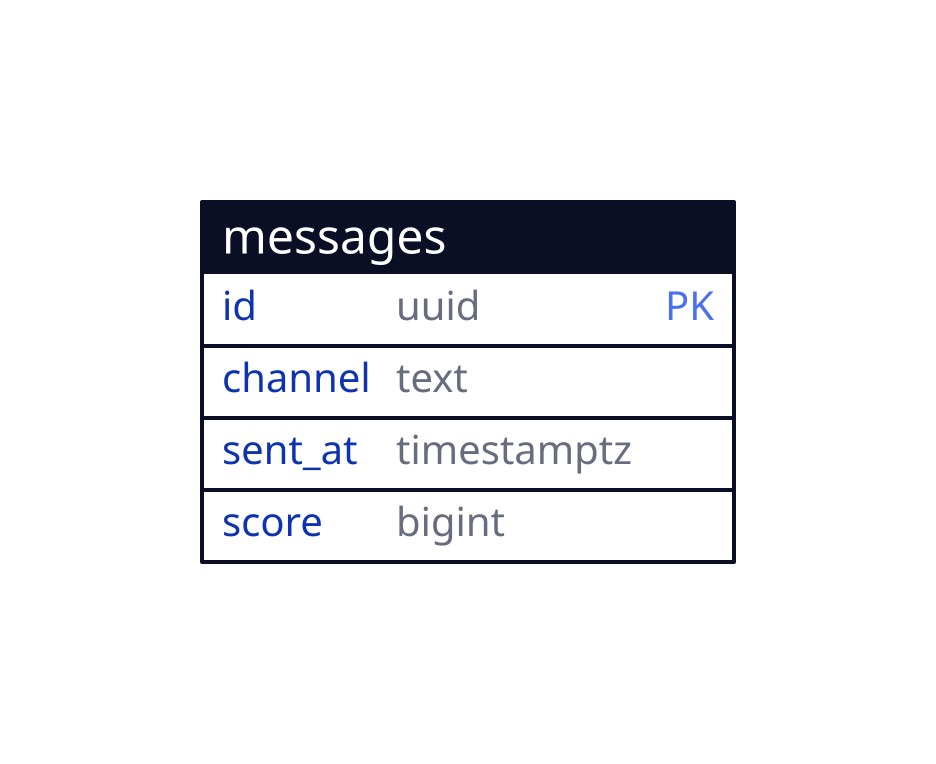
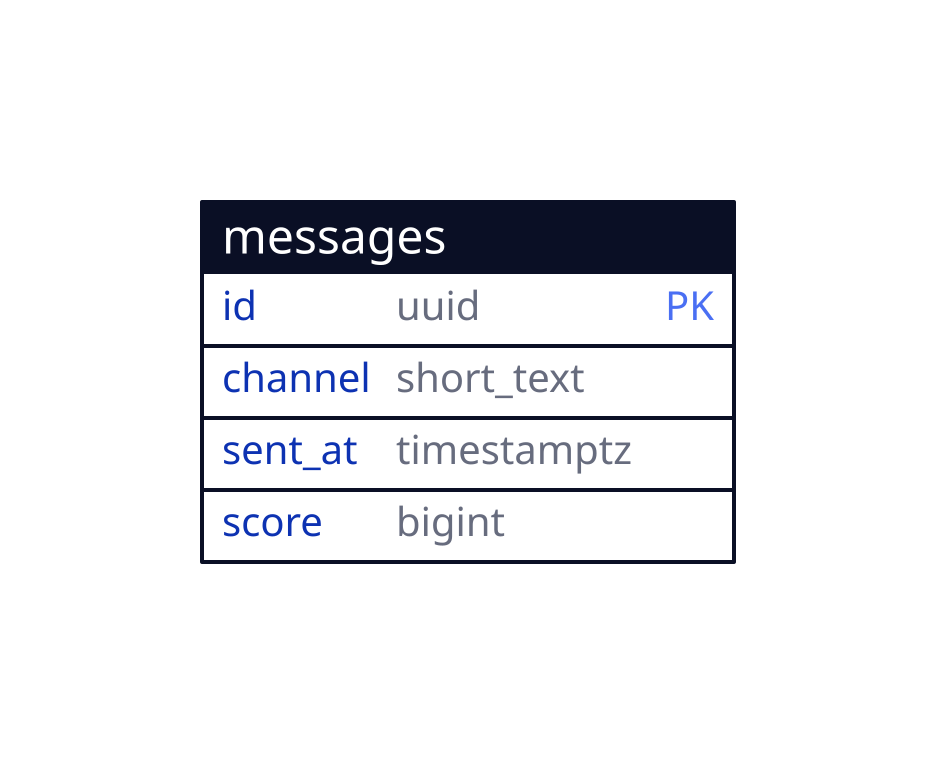
messages: {
  shape: sql_table
  id: uuid {constraint: primary_key}
-   channel: text
+   channel: short_text
  sent_at: timestamptz
  score: bigint
}
